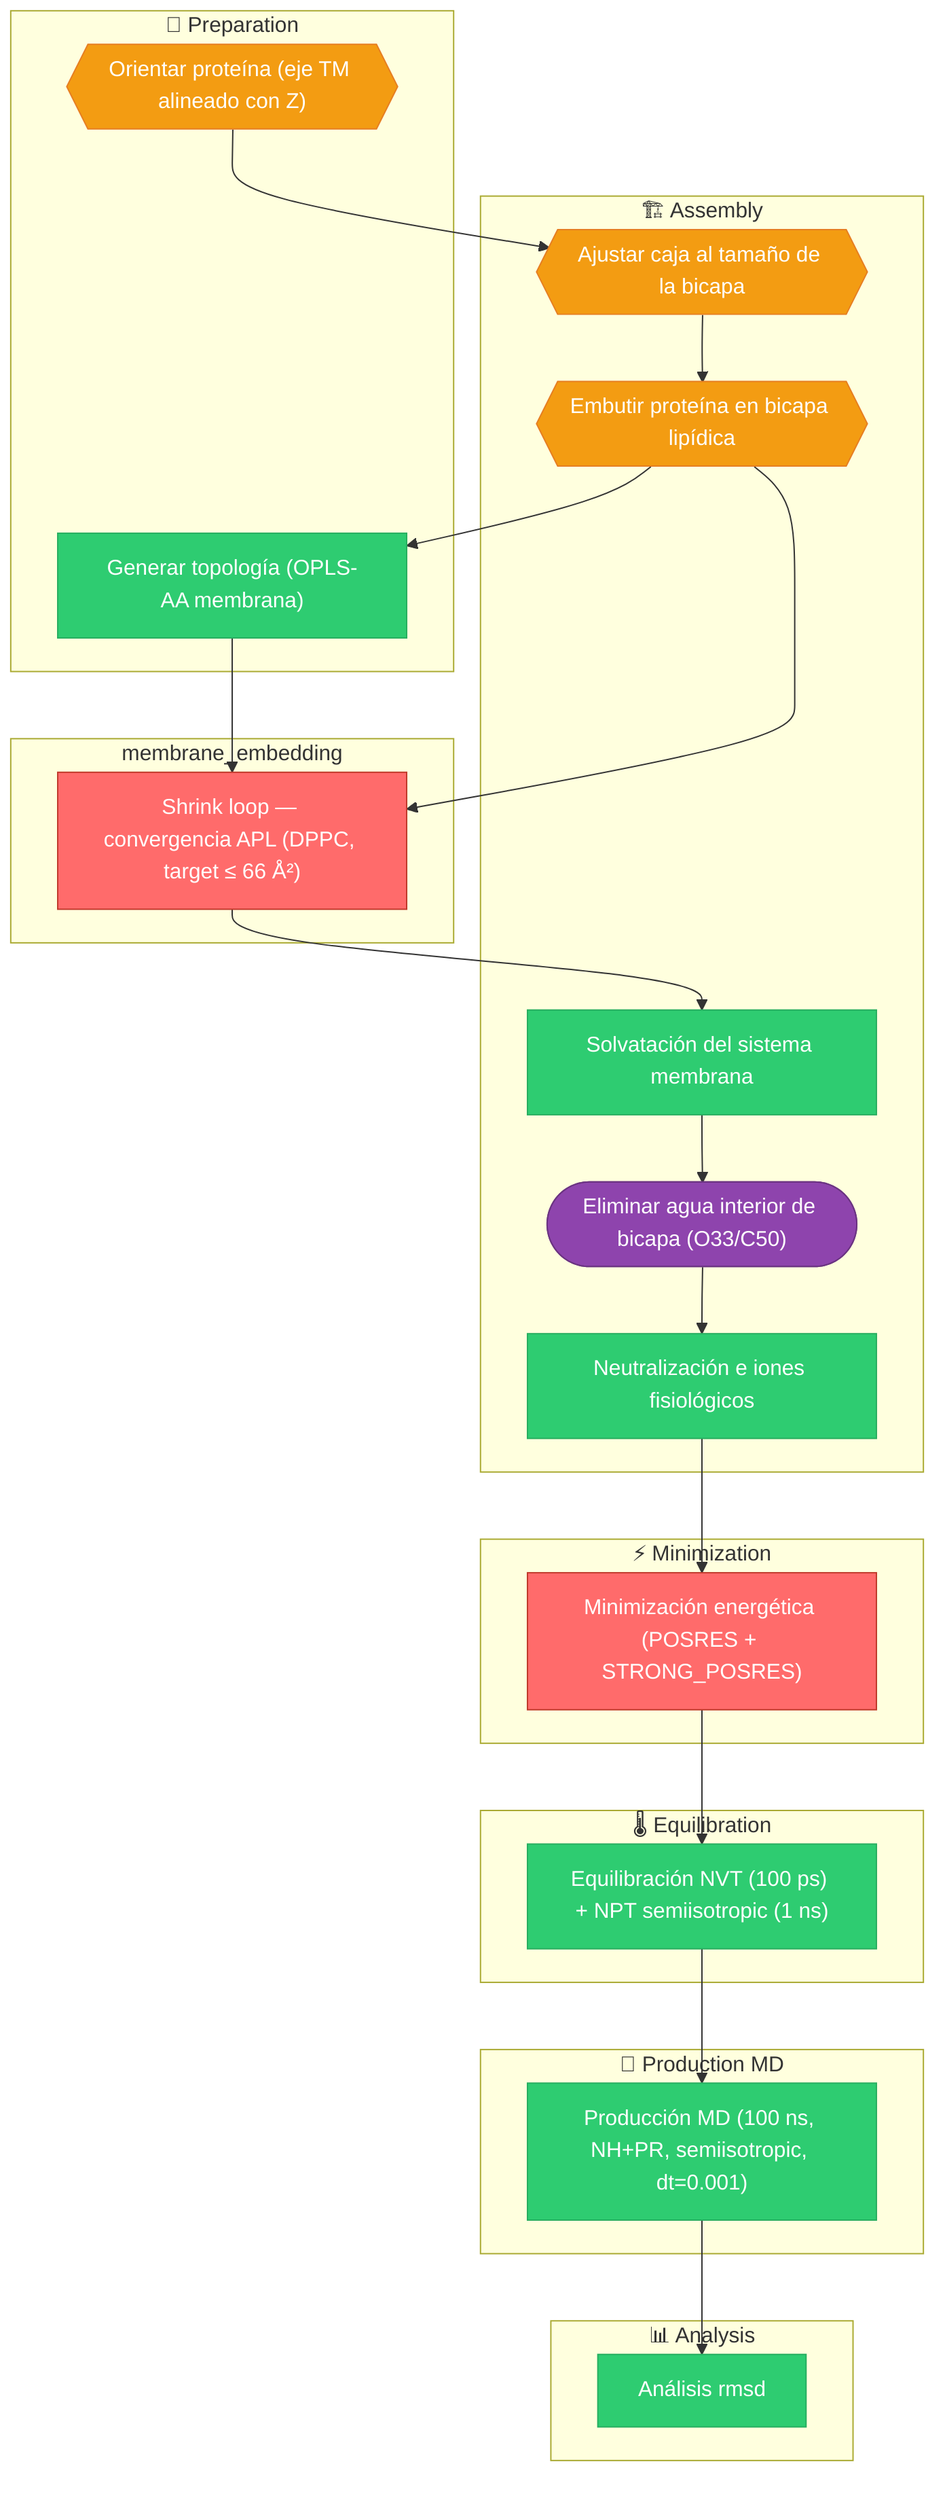
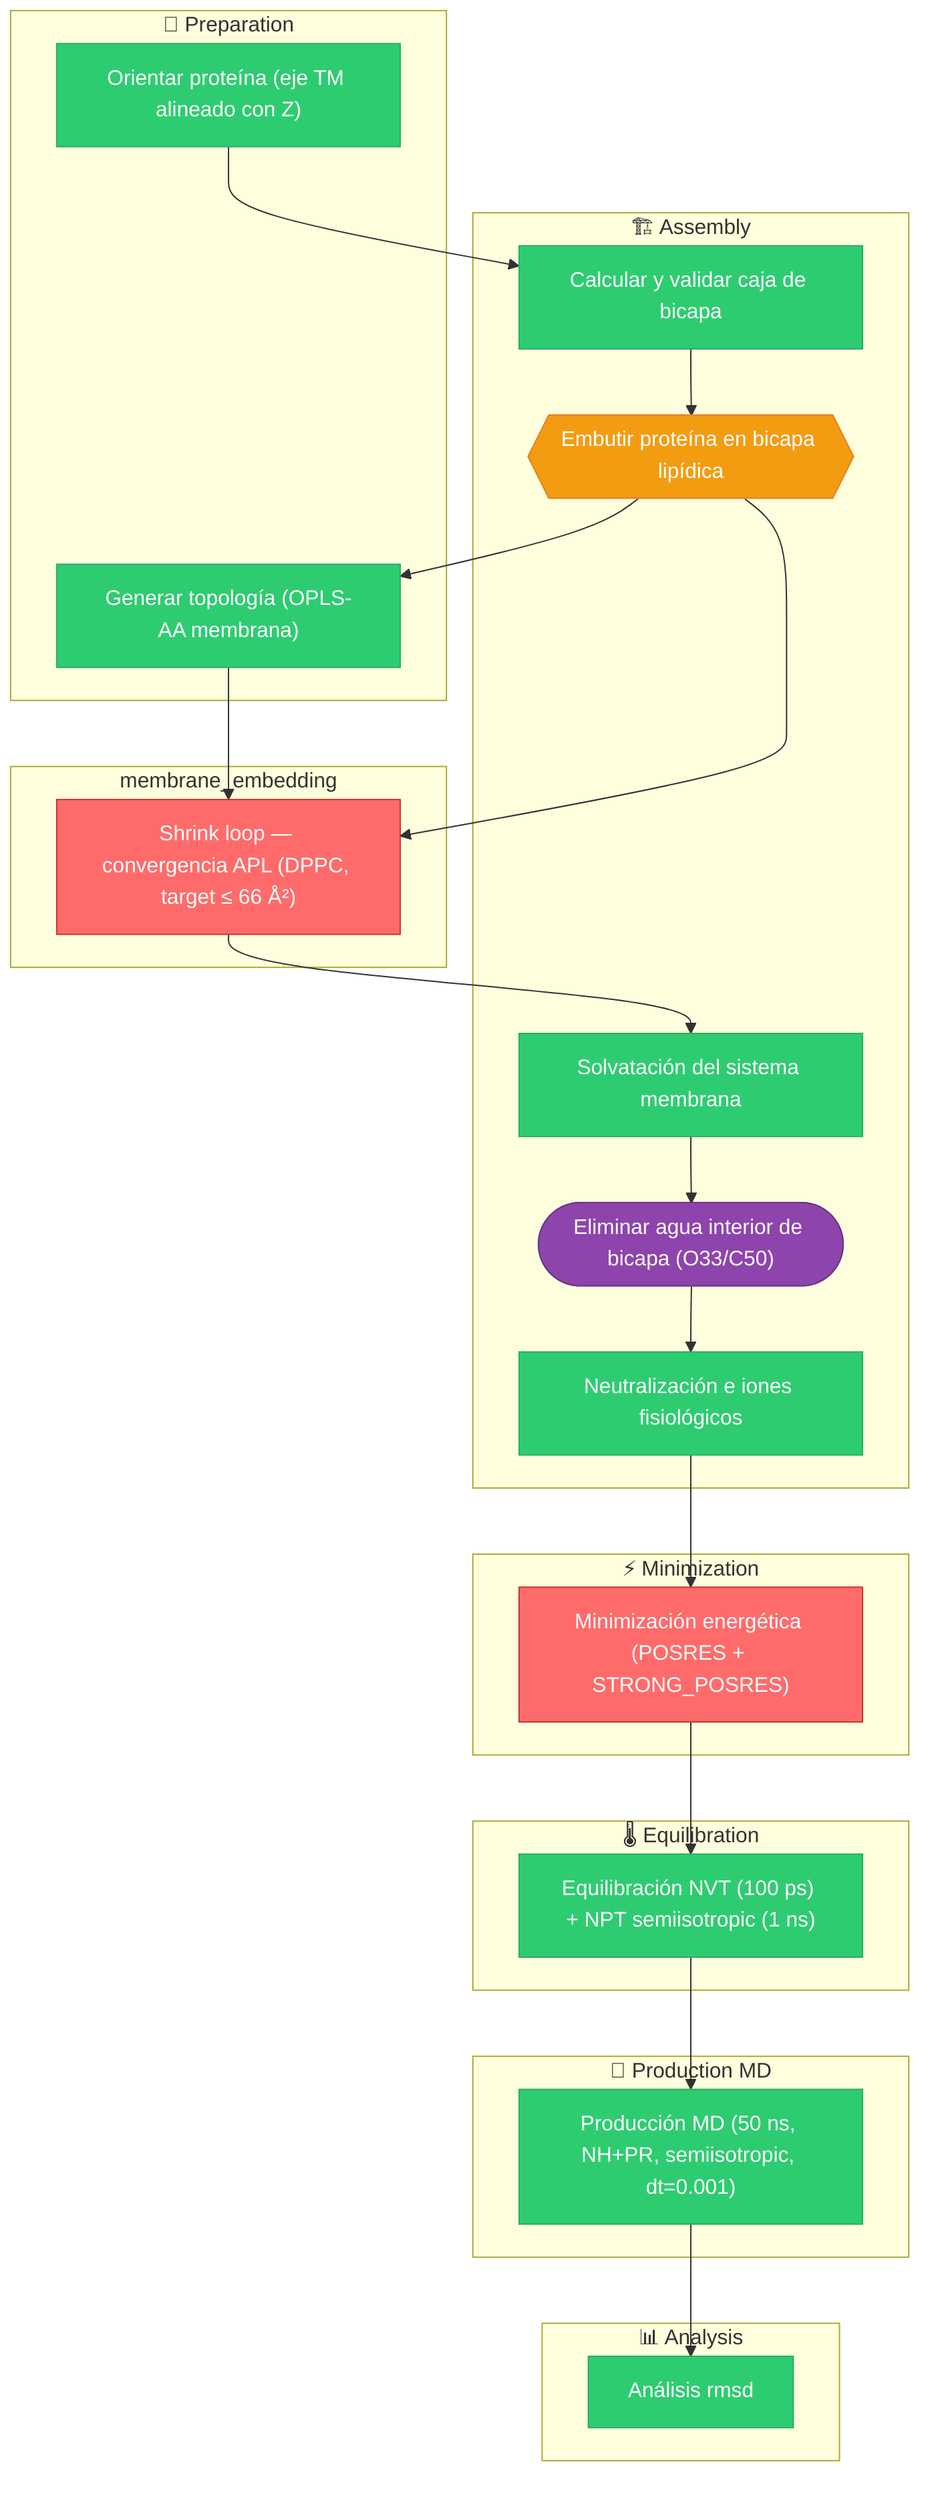
graph TD

    classDef blocking fill:#ff6b6b,stroke:#c0392b,color:#fff
    classDef manual   fill:#f39c12,stroke:#e67e22,color:#fff
    classDef external fill:#8e44ad,stroke:#6c3483,color:#fff
    classDef default  fill:#2ecc71,stroke:#27ae60,color:#fff

    subgraph sg_preparation["🔧 Preparation"]
-         orient_protein{{"Orientar proteína (eje TM alineado con Z)"}}
+         orient_protein["Orientar proteína (eje TM alineado con Z)"]
        generate_topology["Generar topología (OPLS-AA membrana)"]
    end

    subgraph sg_assembly["🏗️  Assembly"]
-         match_box_to_bilayer{{"Ajustar caja al tamaño de la bicapa"}}
+         match_box_to_bilayer["Calcular y validar caja de bicapa"]
        embed_in_bilayer{{"Embutir proteína en bicapa lipídica"}}
        solvate_membrane["Solvatación del sistema membrana"]
        clean_water(["Eliminar agua interior de bicapa (O33/C50)"])
        add_ions["Neutralización e iones fisiológicos"]
    end

    subgraph sg_membrane_embedding["membrane_embedding"]
        membrane_embedding["Shrink loop — convergencia APL (DPPC, target ≤ 66 Å²)"]
    end

    subgraph sg_minimization["⚡ Minimization"]
        energy_minimization["Minimización energética (POSRES + STRONG_POSRES)"]
    end

    subgraph sg_equilibration["🌡️  Equilibration"]
        equilibration["Equilibración NVT (100 ps) + NPT semiisotropic (1 ns)"]
    end

    subgraph sg_production["🚀 Production MD"]
-         production_md["Producción MD (100 ns, NH+PR, semiisotropic, dt=0.001)"]
+         production_md["Producción MD (50 ns, NH+PR, semiisotropic, dt=0.001)"]
    end

    subgraph sg_analysis["📊 Analysis"]
        analysis_rmsd["Análisis rmsd"]
    end

    orient_protein --> match_box_to_bilayer
    match_box_to_bilayer --> embed_in_bilayer
    embed_in_bilayer --> generate_topology
    embed_in_bilayer --> membrane_embedding
    generate_topology --> membrane_embedding
    membrane_embedding --> solvate_membrane
    solvate_membrane --> clean_water
    clean_water --> add_ions
    add_ions --> energy_minimization
    energy_minimization --> equilibration
    equilibration --> production_md
    production_md --> analysis_rmsd

-     class orient_protein,match_box_to_bilayer,embed_in_bilayer manual
-     class generate_topology,solvate_membrane,add_ions,equilibration,production_md,analysis_rmsd default
+     class orient_protein,match_box_to_bilayer,generate_topology,solvate_membrane,add_ions,equilibration,production_md,analysis_rmsd default
+     class embed_in_bilayer manual
    class membrane_embedding,energy_minimization blocking
    class clean_water external